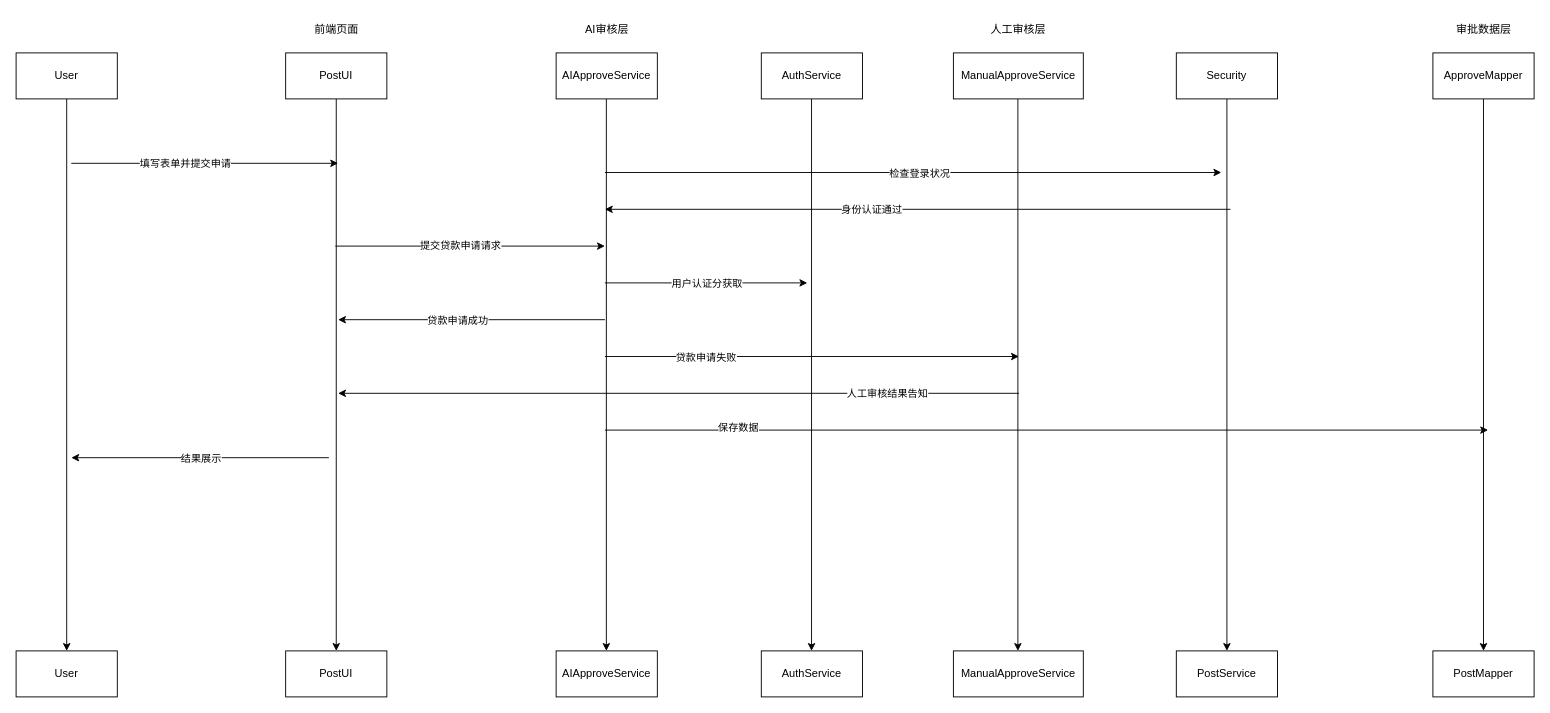
This is 需求分析/UML图/时序图.drawio from syntheticfeather/Conpre_object, a draw.io file, before an edit. Source tidied: cells renumbered, new cells numbered last; positions are measured from the earlier drawing's top-left corner, leaving out a move shared by most shapes. Both pictures are drawn from the tidied source at 92%, with x=0, y=0 at pixel (16, 16).
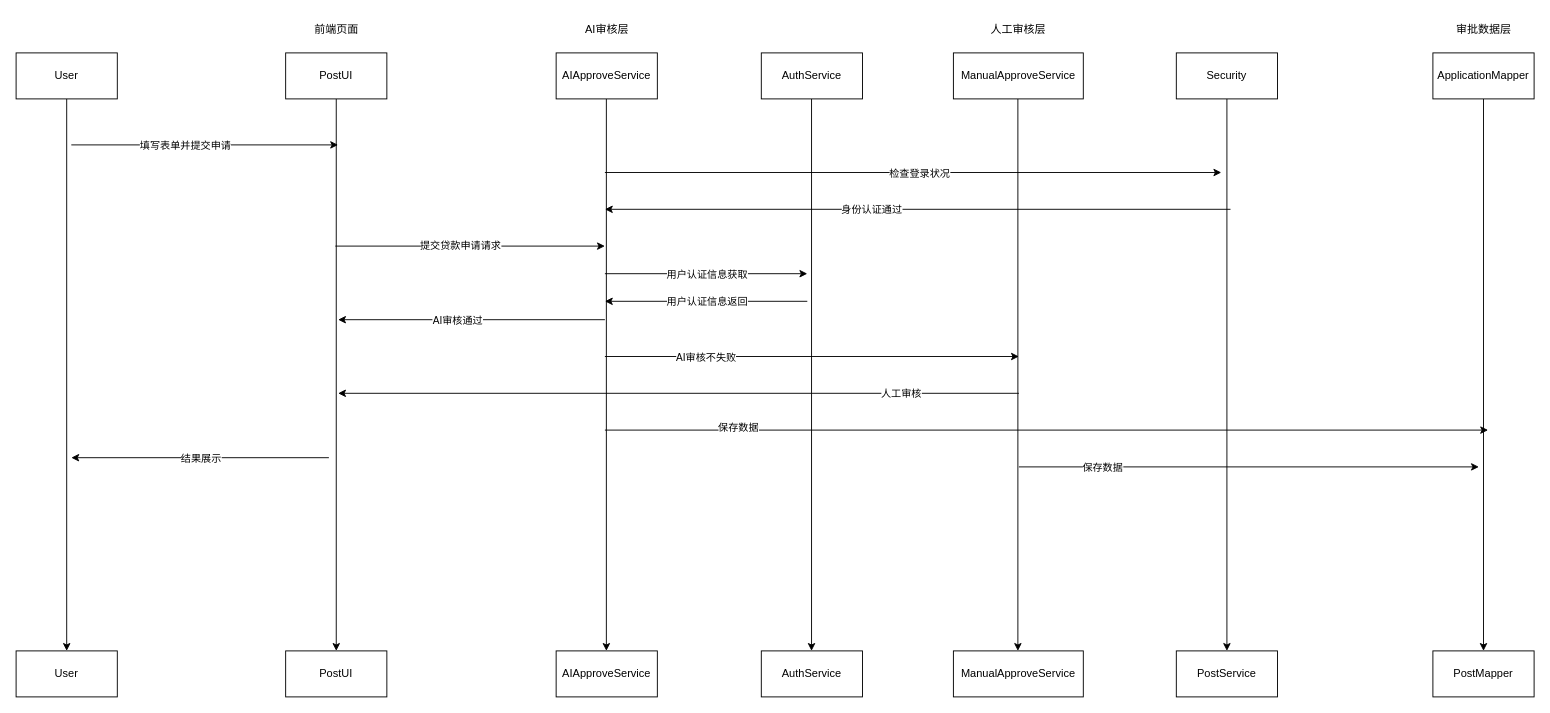
Above is the later version.

The change refers to these unchanged cells:
```xml
<mxCell id="41" style="edgeStyle=none;orthogonalLoop=1;jettySize=auto;html=1;rounded=0;" parent="1" edge="1">
  <mxGeometry relative="1" as="geometry">
    <mxPoint x="640" y="330" as="sourcePoint" />
    <mxPoint x="350" y="330" as="targetPoint" />
  </mxGeometry>
</mxCell>
<mxCell id="43" style="edgeStyle=none;orthogonalLoop=1;jettySize=auto;html=1;rounded=0;" parent="1" edge="1">
  <mxGeometry relative="1" as="geometry">
    <mxPoint x="640" y="370" as="sourcePoint" />
    <mxPoint x="1090" y="370" as="targetPoint" />
  </mxGeometry>
</mxCell>
<mxCell id="45" style="edgeStyle=none;orthogonalLoop=1;jettySize=auto;html=1;rounded=0;" parent="1" edge="1">
  <mxGeometry relative="1" as="geometry">
    <mxPoint x="1090" y="410" as="sourcePoint" />
    <mxPoint x="350" y="410" as="targetPoint" />
  </mxGeometry>
</mxCell>
```

Diff of the diagram source:
```diff
@@
-    <mxCell id="13" value="ApproveMapper" style="html=1;whiteSpace=wrap;" parent="1" vertex="1">
+    <mxCell id="13" value="ApplicationMapper" style="html=1;whiteSpace=wrap;" parent="1" vertex="1">
       <mxGeometry x="1540" y="40" width="110" height="50" as="geometry" />
     </mxCell>
@@
     <mxCell id="19" style="endArrow=classic;html=1;rounded=0;" parent="1" edge="1">
       <mxGeometry relative="1" as="geometry">
-        <mxPoint x="60" y="160" as="sourcePoint" />
-        <mxPoint x="350" y="160" as="targetPoint" />
+        <mxPoint x="60" y="140" as="sourcePoint" />
+        <mxPoint x="350" y="140" as="targetPoint" />
       </mxGeometry>
     </mxCell>
@@
     <mxCell id="36" style="edgeStyle=none;orthogonalLoop=1;jettySize=auto;html=1;rounded=0;" parent="1" edge="1">
       <mxGeometry relative="1" as="geometry">
-        <mxPoint x="640" y="290" as="sourcePoint" />
-        <mxPoint x="860" y="290" as="targetPoint" />
+        <mxPoint x="640" y="280" as="sourcePoint" />
+        <mxPoint x="860" y="280" as="targetPoint" />
       </mxGeometry>
     </mxCell>
-    <mxCell id="37" value="用户认证分获取" style="edgeLabel;html=1;align=center;verticalAlign=middle;" parent="36" vertex="1">
+    <mxCell id="37" value="用户认证信息获取" style="edgeLabel;html=1;align=center;verticalAlign=middle;" parent="36" vertex="1">
       <mxGeometry x="-0.27" relative="1" as="geometry">
         <mxPoint x="30" as="offset" />
       </mxGeometry>
     </mxCell>
@@
-    <mxCell id="42" value="贷款申请成功" style="edgeLabel;html=1;align=center;verticalAlign=middle;" parent="41" vertex="1">
+    <mxCell id="42" value="AI审核通过" style="edgeLabel;html=1;align=center;verticalAlign=middle;" parent="41" vertex="1">
       <mxGeometry x="-0.27" relative="1" as="geometry">
         <mxPoint x="-55" as="offset" />
       </mxGeometry>
     </mxCell>
@@
-    <mxCell id="44" value="贷款申请失败" style="edgeLabel;html=1;align=center;verticalAlign=middle;" parent="43" vertex="1">
+    <mxCell id="44" value="AI审核不失败" style="edgeLabel;html=1;align=center;verticalAlign=middle;" parent="43" vertex="1">
       <mxGeometry x="-0.27" relative="1" as="geometry">
         <mxPoint x="-55" as="offset" />
       </mxGeometry>
     </mxCell>
@@
-    <mxCell id="46" value="人工审核结果告知" style="edgeLabel;html=1;align=center;verticalAlign=middle;" parent="45" vertex="1">
+    <mxCell id="46" value="人工审核" style="edgeLabel;html=1;align=center;verticalAlign=middle;" parent="45" vertex="1">
       <mxGeometry x="-0.61" y="4" relative="1" as="geometry">
-        <mxPoint y="-4" as="offset" />
+        <mxPoint x="15" y="-4" as="offset" />
       </mxGeometry>
     </mxCell>
+    <mxCell id="47" style="edgeStyle=none;orthogonalLoop=1;jettySize=auto;html=1;rounded=0;" parent="1" edge="1">
+      <mxGeometry relative="1" as="geometry">
+        <mxPoint x="860" y="310" as="sourcePoint" />
+        <mxPoint x="640" y="310" as="targetPoint" />
+      </mxGeometry>
+    </mxCell>
+    <mxCell id="48" value="用户认证信息返回" style="edgeLabel;html=1;align=center;verticalAlign=middle;" parent="47" vertex="1">
+      <mxGeometry x="-0.27" relative="1" as="geometry">
+        <mxPoint x="-30" as="offset" />
+      </mxGeometry>
+    </mxCell>
+    <mxCell id="49" style="edgeStyle=none;orthogonalLoop=1;jettySize=auto;html=1;rounded=0;" parent="1" edge="1">
+      <mxGeometry relative="1" as="geometry">
+        <mxPoint x="1090" y="490" as="sourcePoint" />
+        <mxPoint x="1590" y="490" as="targetPoint" />
+      </mxGeometry>
+    </mxCell>
+    <mxCell id="50" value="保存数据" style="edgeLabel;html=1;align=center;verticalAlign=middle;" parent="49" vertex="1">
+      <mxGeometry x="-0.7" y="3" relative="1" as="geometry">
+        <mxPoint x="15" y="3" as="offset" />
+      </mxGeometry>
+    </mxCell>
```
